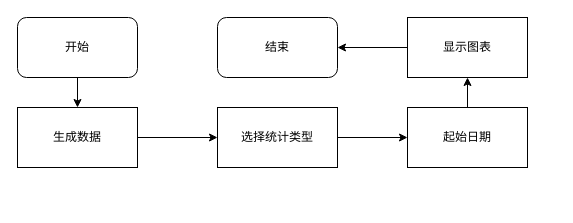
Earlier version of the draw.io diagram page "statistic" (4 of 9) of 后台.drawio (luoZH111/imags). Source tidied: cells renumbered, new cells numbered last; positions are measured from the earlier drawing's top-left corner, leaving out a move shared by most shapes. Both pictures are drawn from the tidied source at 100%, with x=0, y=0 at pixel (17, 17).
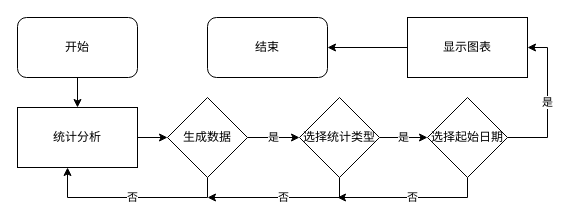
The same page after the edit.

The change refers to these unchanged cells:
```xml
<mxCell id="11" value="显示图表" style="whiteSpace=wrap;html=1;rounded=0;" parent="1" vertex="1">
  <mxGeometry x="390" width="120" height="60" as="geometry" />
</mxCell>
```

What changed in the source:
```diff
@@
-    <mxCell id="4" style="edgeStyle=orthogonalEdgeStyle;rounded=0;jettySize=auto;html=1;" parent="1" edge="1" source="5" target="7">
+    <mxCell id="4" style="edgeStyle=orthogonalEdgeStyle;rounded=0;jettySize=auto;html=1;entryX=0;entryY=0.5;entryDx=0;entryDy=0;" parent="1" edge="1" source="5" target="15">
       <mxGeometry relative="1" as="geometry" />
     </mxCell>
-    <mxCell id="5" value="生成数据" style="rounded=0;whiteSpace=wrap;html=1;" parent="1" vertex="1">
+    <mxCell id="5" value="统计分析" style="rounded=0;whiteSpace=wrap;html=1;" parent="1" vertex="1">
       <mxGeometry y="90" width="120" height="60" as="geometry" />
     </mxCell>
-    <mxCell id="6" style="edgeStyle=orthogonalEdgeStyle;rounded=0;jettySize=auto;html=1;" parent="1" edge="1" source="7" target="9">
-      <mxGeometry relative="1" as="geometry" />
-    </mxCell>
-    <mxCell id="7" value="选择统计类型" style="whiteSpace=wrap;html=1;rounded=0;" parent="1" vertex="1">
-      <mxGeometry x="200" y="90" width="120" height="60" as="geometry" />
-    </mxCell>
-    <mxCell id="8" style="edgeStyle=orthogonalEdgeStyle;rounded=0;jettySize=auto;html=1;" parent="1" edge="1" source="9" target="11">
-      <mxGeometry relative="1" as="geometry" />
-    </mxCell>
-    <mxCell id="9" value="起始日期" style="whiteSpace=wrap;html=1;rounded=0;" parent="1" vertex="1">
-      <mxGeometry x="390" y="90" width="120" height="60" as="geometry" />
-    </mxCell>
@@
     <mxCell id="12" value="结束" style="rounded=1;whiteSpace=wrap;html=1;" parent="1" vertex="1">
-      <mxGeometry x="200" width="120" height="60" as="geometry" />
+      <mxGeometry x="190" width="120" height="60" as="geometry" />
     </mxCell>
+    <mxCell id="13" value="否" style="edgeStyle=orthogonalEdgeStyle;rounded=0;jettySize=auto;html=1;entryX=0.417;entryY=1;entryDx=0;entryDy=0;entryPerimeter=0;" parent="1" edge="1" source="15" target="5">
+      <mxGeometry relative="1" as="geometry">
+        <Array as="points">
+          <mxPoint x="190" y="180" />
+          <mxPoint x="50" y="180" />
+        </Array>
+      </mxGeometry>
+    </mxCell>
+    <mxCell id="14" value="是" style="edgeStyle=orthogonalEdgeStyle;rounded=0;jettySize=auto;html=1;entryX=0;entryY=0.5;entryDx=0;entryDy=0;" parent="1" edge="1" source="15" target="7">
+      <mxGeometry relative="1" as="geometry" />
+    </mxCell>
+    <mxCell id="15" value="&lt;span&gt;生成数据&lt;/span&gt;" style="rhombus;whiteSpace=wrap;html=1;" parent="1" vertex="1">
+      <mxGeometry x="150" y="80" width="80" height="80" as="geometry" />
+    </mxCell>
+    <mxCell id="16" value="是" style="edgeStyle=orthogonalEdgeStyle;rounded=0;jettySize=auto;html=1;" parent="1" edge="1" source="7" target="20">
+      <mxGeometry relative="1" as="geometry" />
+    </mxCell>
+    <mxCell id="17" value="否" style="edgeStyle=orthogonalEdgeStyle;rounded=0;jettySize=auto;html=1;exitX=0.5;exitY=1;exitDx=0;exitDy=0;" parent="1" edge="1" source="7">
+      <mxGeometry relative="1" as="geometry">
+        <mxPoint x="190" y="180" as="targetPoint" />
+        <Array as="points">
+          <mxPoint x="322" y="180" />
+        </Array>
+      </mxGeometry>
+    </mxCell>
+    <mxCell id="7" value="&lt;span&gt;选择统计类型&lt;/span&gt;" style="rhombus;whiteSpace=wrap;html=1;" parent="1" vertex="1">
+      <mxGeometry x="282" y="80" width="80" height="80" as="geometry" />
+    </mxCell>
+    <mxCell id="18" value="否" style="edgeStyle=orthogonalEdgeStyle;rounded=0;jettySize=auto;html=1;exitX=0.5;exitY=1;exitDx=0;exitDy=0;" parent="1" edge="1" source="20">
+      <mxGeometry relative="1" as="geometry">
+        <mxPoint x="320" y="180" as="targetPoint" />
+        <Array as="points">
+          <mxPoint x="450" y="180" />
+        </Array>
+      </mxGeometry>
+    </mxCell>
+    <mxCell id="19" value="是" style="edgeStyle=orthogonalEdgeStyle;rounded=0;jettySize=auto;html=1;exitX=1;exitY=0.5;exitDx=0;exitDy=0;entryX=1;entryY=0.5;entryDx=0;entryDy=0;" parent="1" edge="1" source="20" target="11">
+      <mxGeometry relative="1" as="geometry">
+        <Array as="points">
+          <mxPoint x="530" y="120" />
+          <mxPoint x="530" y="30" />
+        </Array>
+      </mxGeometry>
+    </mxCell>
+    <mxCell id="20" value="&lt;span&gt;选择起始日期&lt;/span&gt;" style="rhombus;whiteSpace=wrap;html=1;" parent="1" vertex="1">
+      <mxGeometry x="410" y="80" width="80" height="80" as="geometry" />
+    </mxCell>
```
